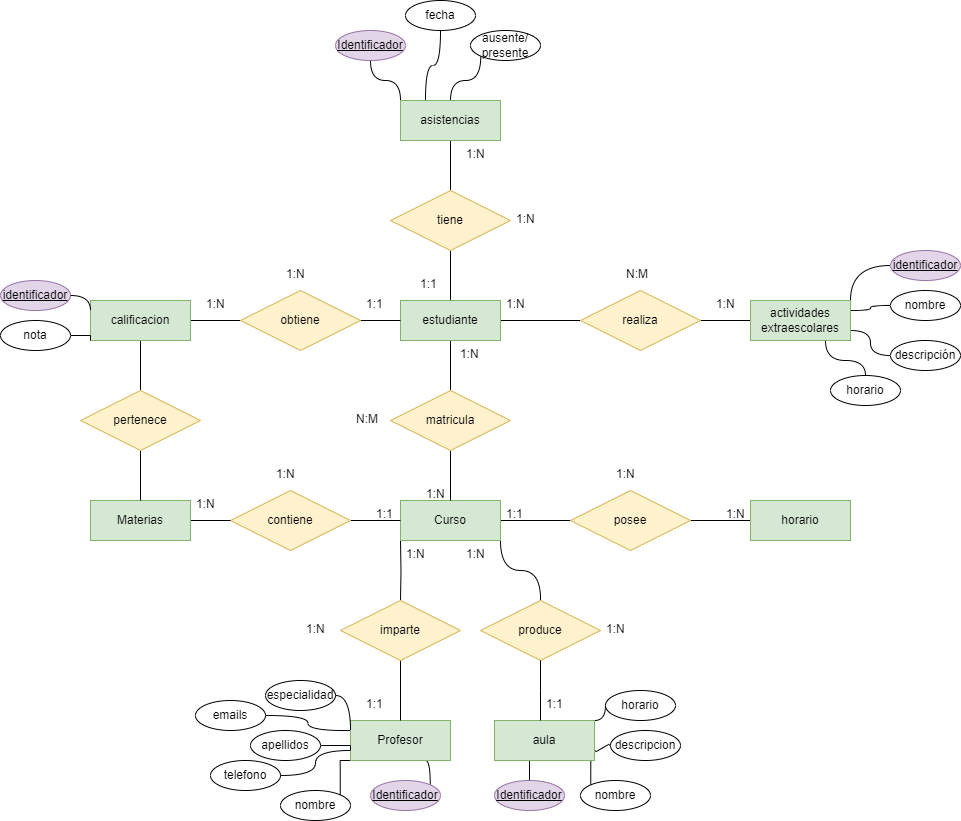
jdrguez/2-Daw keeps this draw.io diagram as Unidad-1/Tareas/Tarea-8/tarea8.drawio.png. Above is the earlier version. Source tidied: cells renumbered, new cells last; positions are measured from the earlier drawing's top-left corner, leaving out a move shared by most shapes.
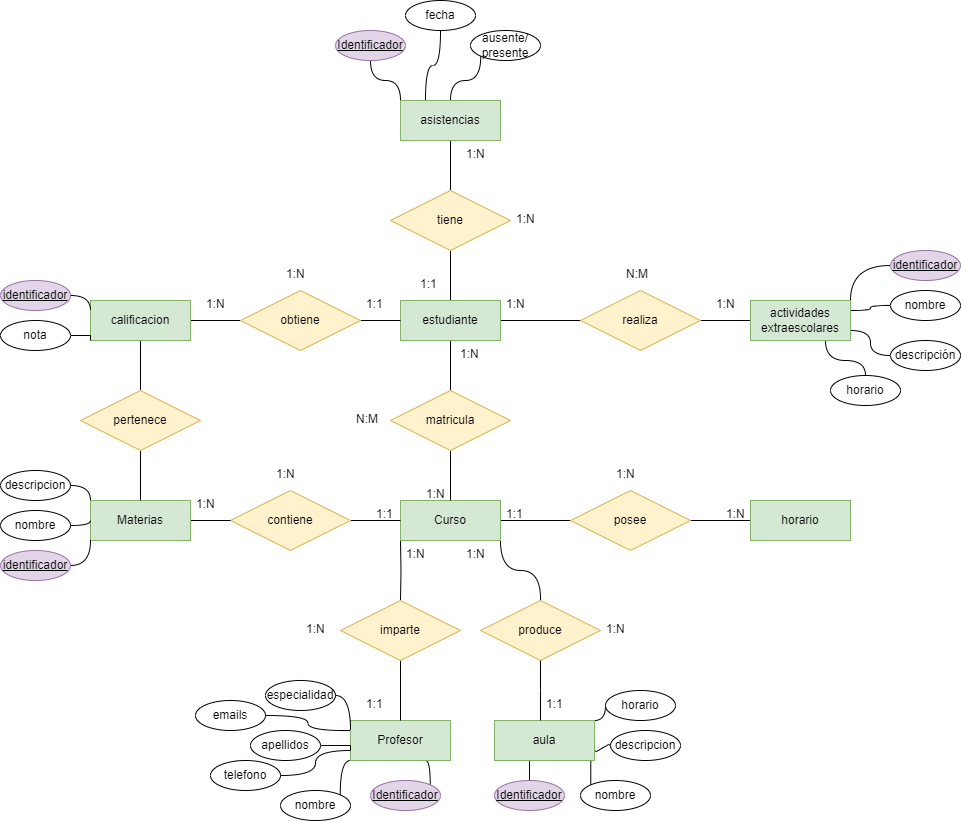
The same file after the commit.

The edit, as a diff of the source:
```diff
@@ -39,7 +39,7 @@
     <mxCell id="12" style="edgeStyle=orthogonalEdgeStyle;rounded=0;jettySize=auto;html=1;exitX=0.75;exitY=1;exitDx=0;exitDy=0;entryX=1;entryY=0;entryDx=0;entryDy=0;endArrow=none;endFill=0;curved=1;" parent="1" edge="1" source="14" target="76">
       <mxGeometry relative="1" as="geometry" />
     </mxCell>
-    <mxCell id="13" style="edgeStyle=orthogonalEdgeStyle;rounded=0;jettySize=auto;html=1;exitX=0;exitY=1;exitDx=0;exitDy=0;entryX=1;entryY=0;entryDx=0;entryDy=0;endArrow=none;endFill=0;" parent="1" edge="1" source="14" target="77">
+    <mxCell id="13" style="edgeStyle=orthogonalEdgeStyle;rounded=0;jettySize=auto;html=1;exitX=0;exitY=1;exitDx=0;exitDy=0;entryX=1;entryY=0;entryDx=0;entryDy=0;endArrow=none;endFill=0;curved=1;" parent="1" edge="1" source="14" target="77">
       <mxGeometry relative="1" as="geometry" />
     </mxCell>
     <mxCell id="14" value="Profesor" style="whiteSpace=wrap;html=1;align=center;fillColor=#d5e8d4;strokeColor=#82b366;" parent="1" vertex="1">
@@ -304,5 +304,23 @@
     <mxCell id="99" value="ausente/&lt;br&gt;presente" style="ellipse;whiteSpace=wrap;html=1;align=center;" parent="1" vertex="1">
       <mxGeometry x="470" y="30" width="70" height="30" as="geometry" />
     </mxCell>
+    <mxCell id="100" style="edgeStyle=orthogonalEdgeStyle;rounded=0;jettySize=auto;html=1;exitX=1;exitY=0.5;exitDx=0;exitDy=0;entryX=0;entryY=1;entryDx=0;entryDy=0;curved=1;endArrow=none;endFill=0;" parent="1" edge="1" source="101" target="23">
+      <mxGeometry relative="1" as="geometry" />
+    </mxCell>
+    <mxCell id="101" value="&lt;u&gt;identificador&lt;/u&gt;" style="ellipse;whiteSpace=wrap;html=1;align=center;fillColor=#e1d5e7;strokeColor=#9673a6;" parent="1" vertex="1">
+      <mxGeometry y="550" width="70" height="30" as="geometry" />
+    </mxCell>
+    <mxCell id="102" style="edgeStyle=orthogonalEdgeStyle;rounded=0;jettySize=auto;html=1;exitX=1;exitY=0.5;exitDx=0;exitDy=0;entryX=0;entryY=0.5;entryDx=0;entryDy=0;curved=1;endArrow=none;endFill=0;" parent="1" edge="1" source="103" target="23">
+      <mxGeometry relative="1" as="geometry" />
+    </mxCell>
+    <mxCell id="103" value="nombre" style="ellipse;whiteSpace=wrap;html=1;align=center;" parent="1" vertex="1">
+      <mxGeometry y="510" width="70" height="30" as="geometry" />
+    </mxCell>
+    <mxCell id="104" style="edgeStyle=orthogonalEdgeStyle;rounded=0;jettySize=auto;html=1;exitX=1;exitY=0.5;exitDx=0;exitDy=0;entryX=0;entryY=0;entryDx=0;entryDy=0;curved=1;endArrow=none;endFill=0;" parent="1" edge="1" source="105" target="23">
+      <mxGeometry relative="1" as="geometry" />
+    </mxCell>
+    <mxCell id="105" value="descripcion" style="ellipse;whiteSpace=wrap;html=1;align=center;" parent="1" vertex="1">
+      <mxGeometry y="470" width="70" height="30" as="geometry" />
+    </mxCell>
   </root>
 </mxGraphModel>
```
